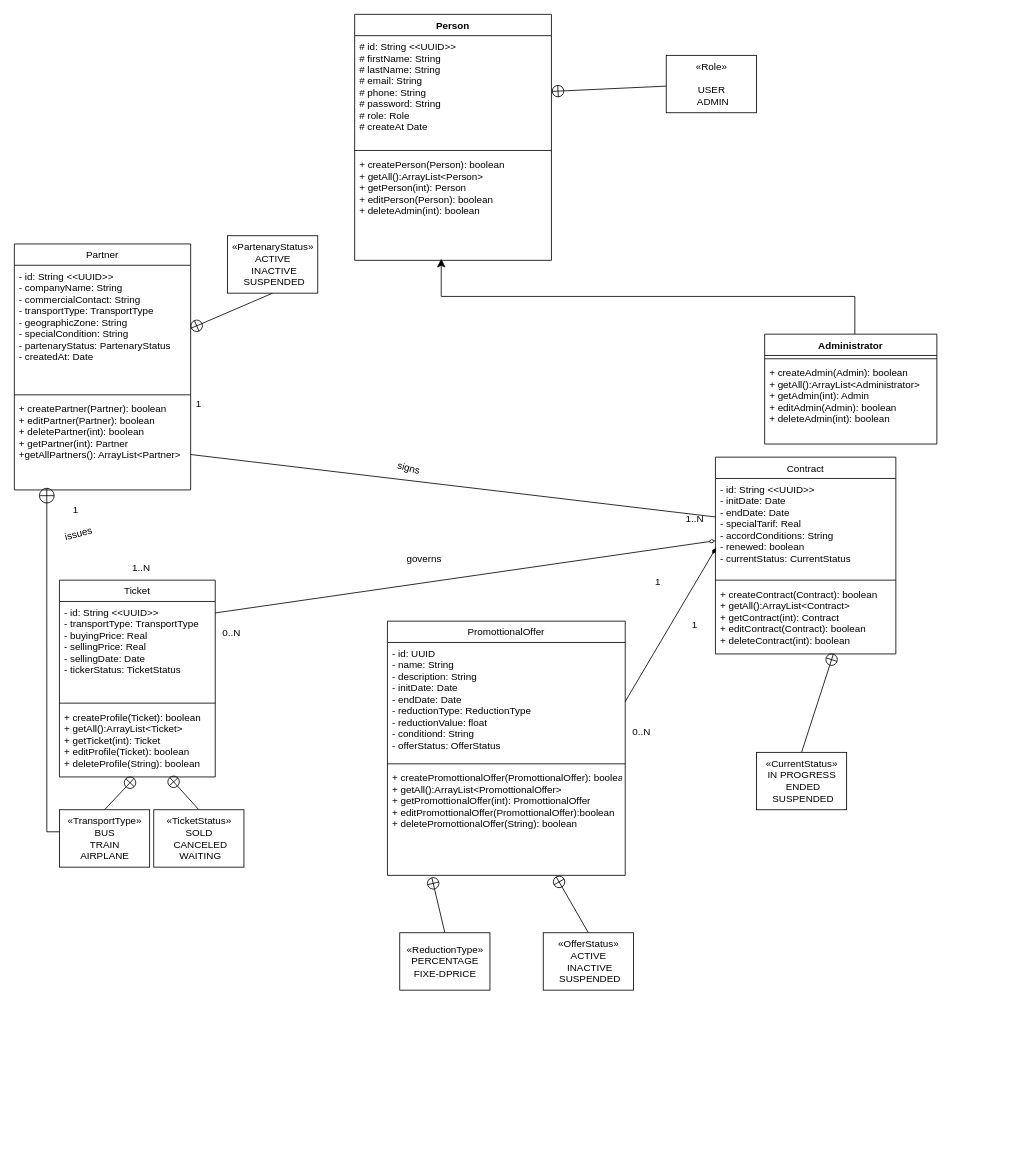
The draw.io diagram UML/Class.dio in LoussalMohammed/TransportTicket_LoussalMohammed, before the edit. Source tidied: cells renumbered, new cells numbered last; positions are measured from the earlier drawing's top-left corner, leaving out a move shared by most shapes. Both pictures are drawn from the tidied source at 82%, with x=0, y=0 at pixel (14, 14).
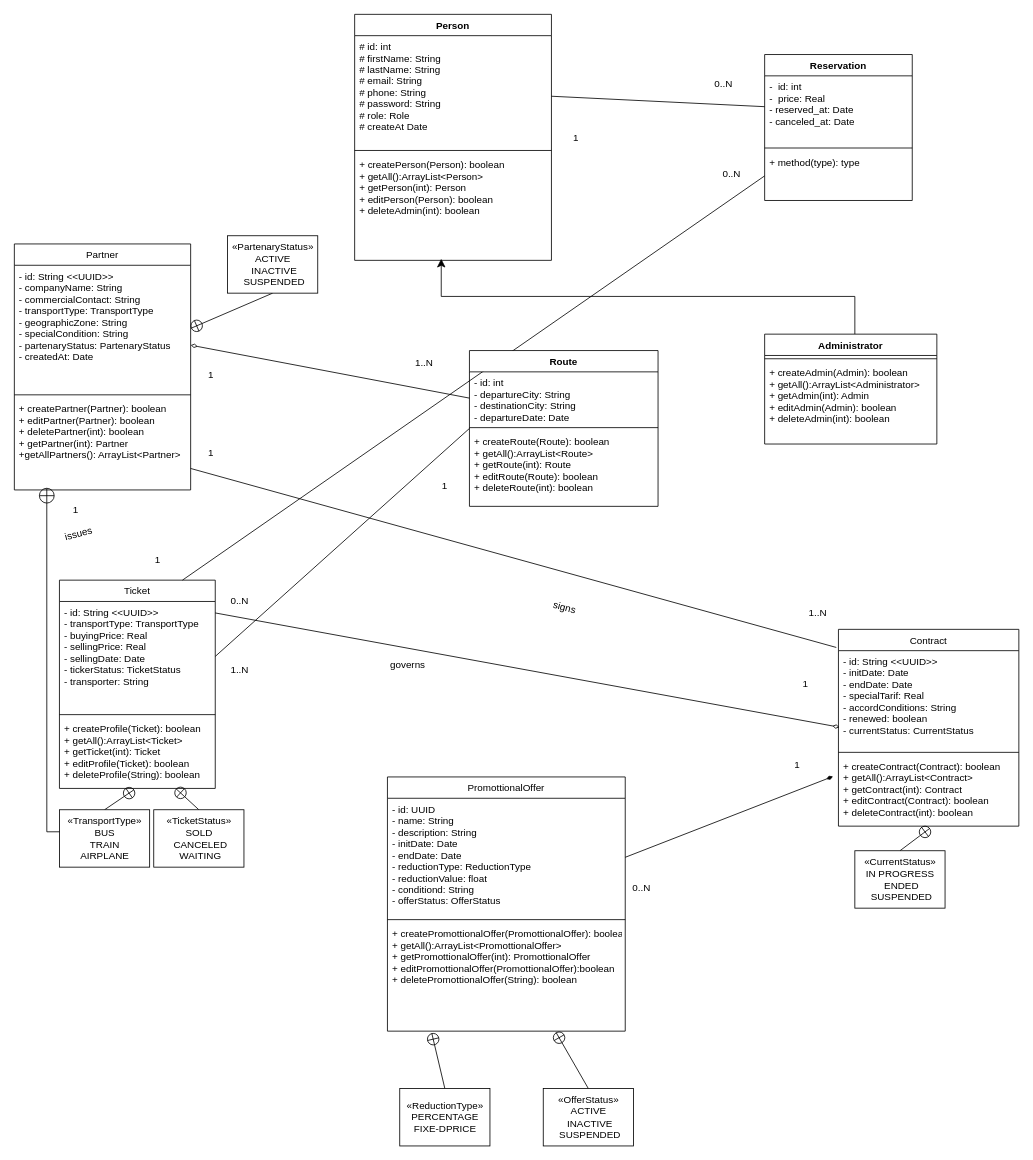
After the change.

Commit message (it also covers changes not shown here):
add transporter attribute to ticket

The change refers to these unchanged cells:
```xml
<mxCell id="3" value="- id: String &lt;&lt;UUID&gt;&gt;&#10;- companyName: String&#10;- commercialContact: String&#10;- transportType: TransportType&#10;- geographicZone: String&#10;- specialCondition: String&#10;- partenaryStatus: PartenaryStatus&#10;- createdAt: Date" style="text;strokeColor=none;fillColor=none;align=left;verticalAlign=top;spacingLeft=4;spacingRight=4;overflow=hidden;points=[[0,0.5],[1,0.5]];portConstraint=eastwest;" parent="2" vertex="1">
  <mxGeometry y="26" width="215" height="154" as="geometry" />
</mxCell>
<mxCell id="5" value="+ createPartner(Partner): boolean&#10;+ editPartner(Partner): boolean&#10;+ deletePartner(int): boolean&#10;+ getPartner(int): Partner&#10;+getAllPartners(): ArrayList&lt;Partner&gt;" style="text;strokeColor=none;fillColor=none;align=left;verticalAlign=top;spacingLeft=4;spacingRight=4;overflow=hidden;points=[[0,0.5],[1,0.5]];portConstraint=eastwest;" parent="2" vertex="1">
  <mxGeometry y="188" width="215" height="112" as="geometry" />
</mxCell>
<mxCell id="11" value="- id: String &lt;&lt;UUID&gt;&gt;&#10;- initDate: Date&#10;- endDate: Date&#10;- specialTarif: Real&#10;- accordConditions: String&#10;- renewed: boolean&#10;- currentStatus: CurrentStatus" style="text;strokeColor=none;fillColor=none;align=left;verticalAlign=top;spacingLeft=4;spacingRight=4;overflow=hidden;points=[[0,0.5],[1,0.5]];portConstraint=eastwest;" parent="10" vertex="1">
  <mxGeometry y="26" width="220" height="120" as="geometry" />
</mxCell>
<mxCell id="13" value="+ createContract(Contract): boolean&#10;+ getAll():ArrayList&lt;Contract&gt;&#10;+ getContract(int): Contract&#10;+ editContract(Contract): boolean&#10;+ deleteContract(int): boolean&#10;" style="text;strokeColor=none;fillColor=none;align=left;verticalAlign=top;spacingLeft=4;spacingRight=4;overflow=hidden;points=[[0,0.5],[1,0.5]];portConstraint=eastwest;" parent="10" vertex="1">
  <mxGeometry y="154" width="220" height="86" as="geometry" />
</mxCell>
<mxCell id="15" value="- id: UUID&#10;- name: String&#10;- description: String&#10;- initDate: Date&#10;- endDate: Date&#10;- reductionType: ReductionType&#10;- reductionValue: float&#10;- conditiond: String&#10;- offerStatus: OfferStatus" style="text;strokeColor=none;fillColor=none;align=left;verticalAlign=top;spacingLeft=4;spacingRight=4;overflow=hidden;points=[[0,0.5],[1,0.5]];portConstraint=eastwest;" parent="14" vertex="1">
  <mxGeometry y="26" width="290" height="144" as="geometry" />
</mxCell>
<mxCell id="48" value="Person" style="swimlane;fontStyle=1;align=center;verticalAlign=top;horizontal=1;startSize=26;" parent="1" vertex="1">
  <mxGeometry x="415" width="240" height="300" as="geometry" />
</mxCell>
```

Diff of the diagram source:
```diff
@@
     <mxCell id="6" value="Ticket" style="swimlane;fontStyle=0;align=center;verticalAlign=top;horizontal=1;startSize=26;" parent="1" vertex="1">
-      <mxGeometry x="55" y="690" width="190" height="240" as="geometry" />
+      <mxGeometry x="55" y="690" width="190" height="254" as="geometry" />
     </mxCell>
-    <mxCell id="7" value="- id: String &lt;&lt;UUID&gt;&gt;&#10;- transportType: TransportType&#10;- buyingPrice: Real&#10;- sellingPrice: Real&#10;- sellingDate: Date&#10;- tickerStatus: TicketStatus" style="text;strokeColor=none;fillColor=none;align=left;verticalAlign=top;spacingLeft=4;spacingRight=4;overflow=hidden;points=[[0,0.5],[1,0.5]];portConstraint=eastwest;" parent="6" vertex="1">
-      <mxGeometry y="26" width="190" height="120" as="geometry" />
+    <mxCell id="7" value="- id: String &lt;&lt;UUID&gt;&gt;&#10;- transportType: TransportType&#10;- buyingPrice: Real&#10;- sellingPrice: Real&#10;- sellingDate: Date&#10;- tickerStatus: TicketStatus&#10;- transporter: String" style="text;strokeColor=none;fillColor=none;align=left;verticalAlign=top;spacingLeft=4;spacingRight=4;overflow=hidden;points=[[0,0.5],[1,0.5]];portConstraint=eastwest;" parent="6" vertex="1">
+      <mxGeometry y="26" width="190" height="134" as="geometry" />
     </mxCell>
     <mxCell id="8" style="line;strokeWidth=1;fillColor=none;align=left;verticalAlign=middle;spacingTop=-1;spacingLeft=3;spacingRight=3;labelPosition=right;strokeColor=inherit;" parent="6" vertex="1">
-      <mxGeometry y="146" width="190" height="8" as="geometry" />
+      <mxGeometry y="160" width="190" height="8" as="geometry" />
     </mxCell>
     <mxCell id="9" value="+ createProfile(Ticket): boolean&#10;+ getAll():ArrayList&lt;Ticket&gt;&#10;+ getTicket(int): Ticket&#10;+ editProfile(Ticket): boolean&#10;+ deleteProfile(String): boolean&#10;" style="text;strokeColor=none;fillColor=none;align=left;verticalAlign=top;spacingLeft=4;spacingRight=4;overflow=hidden;points=[[0,0.5],[1,0.5]];portConstraint=eastwest;" parent="6" vertex="1">
-      <mxGeometry y="154" width="190" height="86" as="geometry" />
+      <mxGeometry y="168" width="190" height="86" as="geometry" />
     </mxCell>
     <mxCell id="10" value="Contract" style="swimlane;fontStyle=0;align=center;verticalAlign=top;horizontal=1;startSize=26;" parent="1" vertex="1">
-      <mxGeometry x="855" y="540" width="220" height="240" as="geometry" />
+      <mxGeometry x="1005" y="750" width="220" height="240" as="geometry" />
     </mxCell>
@@
     <mxCell id="14" value="PromottionalOffer" style="swimlane;fontStyle=0;align=center;verticalAlign=top;horizontal=1;startSize=26;" parent="1" vertex="1">
-      <mxGeometry x="455" y="740" width="290" height="310" as="geometry" />
+      <mxGeometry x="455" y="930" width="290" height="310" as="geometry" />
     </mxCell>
@@
-    <mxCell id="18" style="edgeStyle=none;html=1;entryX=0.003;entryY=0.706;entryDx=0;entryDy=0;entryPerimeter=0;startArrow=none;startFill=0;endArrow=diamondThin;endFill=1;exitX=1;exitY=0.5;exitDx=0;exitDy=0;" parent="1" edge="1" source="15" target="11">
+    <mxCell id="18" style="edgeStyle=none;html=1;entryX=-0.03;entryY=0.295;entryDx=0;entryDy=0;entryPerimeter=0;startArrow=none;startFill=0;endArrow=diamondThin;endFill=1;exitX=1;exitY=0.5;exitDx=0;exitDy=0;" parent="1" edge="1" source="15" target="13">
       <mxGeometry relative="1" as="geometry" />
     </mxCell>
@@
     <mxCell id="24" value="«ReductionType»&lt;br&gt;PERCENTAGE&lt;br&gt;&lt;div style=&quot;text-align: center;&quot;&gt;&lt;span style=&quot;text-align: start; background-color: initial;&quot;&gt;FIXE-DPRICE&lt;/span&gt;&lt;/div&gt;" style="html=1;" parent="1" vertex="1">
-      <mxGeometry x="470" y="1120" width="110" height="70" as="geometry" />
+      <mxGeometry x="470" y="1310" width="110" height="70" as="geometry" />
     </mxCell>
@@
     <mxCell id="26" value="«OfferStatus»&lt;br&gt;ACTIVE&lt;br&gt;&amp;nbsp;INACTIVE&lt;br&gt;&amp;nbsp;SUSPENDED" style="html=1;" parent="1" vertex="1">
-      <mxGeometry x="645" y="1120" width="110" height="70" as="geometry" />
+      <mxGeometry x="645" y="1310" width="110" height="70" as="geometry" />
     </mxCell>
+    <mxCell id="55" style="edgeStyle=none;html=1;entryX=0;entryY=0.5;entryDx=0;entryDy=0;startArrow=none;startFill=0;endArrow=none;endFill=0;" parent="1" edge="1" target="64">
+      <mxGeometry relative="1" as="geometry">
+        <mxPoint x="205" y="690" as="sourcePoint" />
+      </mxGeometry>
+    </mxCell>
     <mxCell id="27" value="1..N" style="text;html=1;strokeColor=none;fillColor=none;align=center;verticalAlign=middle;whiteSpace=wrap;rounded=0;" parent="1" vertex="1">
-      <mxGeometry x="125" y="660" width="60" height="30" as="geometry" />
+      <mxGeometry x="245" y="785" width="60" height="30" as="geometry" />
     </mxCell>
@@
-    <mxCell id="29" style="edgeStyle=none;html=1;startArrow=diamondThin;startFill=0;endArrow=none;endFill=0;" parent="1" edge="1" source="11">
+    <mxCell id="29" style="edgeStyle=none;html=1;startArrow=diamondThin;startFill=0;endArrow=none;endFill=0;exitX=0.006;exitY=0.778;exitDx=0;exitDy=0;exitPerimeter=0;" parent="1" edge="1" source="11">
       <mxGeometry relative="1" as="geometry">
         <mxPoint x="245" y="730" as="targetPoint" />
       </mxGeometry>
     </mxCell>
-    <mxCell id="30" style="edgeStyle=none;html=1;startArrow=none;startFill=0;endArrow=circlePlus;endFill=0;entryX=0.655;entryY=0.992;entryDx=0;entryDy=0;entryPerimeter=0;exitX=0.5;exitY=0;exitDx=0;exitDy=0;" parent="1" edge="1" source="31" target="13">
+    <mxCell id="30" style="edgeStyle=none;html=1;startArrow=none;startFill=0;endArrow=circlePlus;endFill=0;entryX=0.509;entryY=1.026;entryDx=0;entryDy=0;entryPerimeter=0;exitX=0.5;exitY=0;exitDx=0;exitDy=0;" parent="1" edge="1" source="31" target="13">
       <mxGeometry relative="1" as="geometry" />
     </mxCell>
     <mxCell id="31" value="«CurrentStatus»&lt;br&gt;IN PROGRESS&lt;br&gt;&amp;nbsp;ENDED&lt;br&gt;&amp;nbsp;SUSPENDED" style="html=1;" parent="1" vertex="1">
-      <mxGeometry x="905" y="900" width="110" height="70" as="geometry" />
+      <mxGeometry x="1025" y="1020" width="110" height="70" as="geometry" />
     </mxCell>
@@
-    <mxCell id="33" style="edgeStyle=none;html=1;startArrow=none;startFill=0;endArrow=none;endFill=0;" parent="1" edge="1" source="5" target="11">
-      <mxGeometry relative="1" as="geometry" />
-    </mxCell>
@@
     <mxCell id="35" value="signs" style="text;whiteSpace=wrap;html=1;align=center;rotation=15;" parent="1" vertex="1">
-      <mxGeometry x="445" y="540" width="70" height="40" as="geometry" />
+      <mxGeometry x="635" y="710" width="70" height="40" as="geometry" />
     </mxCell>
     <mxCell id="36" value="governs" style="text;whiteSpace=wrap;html=1;align=center;rotation=0;" parent="1" vertex="1">
-      <mxGeometry x="465" y="650" width="70" height="40" as="geometry" />
+      <mxGeometry x="445" y="780" width="70" height="40" as="geometry" />
     </mxCell>
     <mxCell id="37" value="1" style="text;html=1;strokeColor=none;fillColor=none;align=center;verticalAlign=middle;whiteSpace=wrap;rounded=0;" parent="1" vertex="1">
-      <mxGeometry x="190" y="460" width="70" height="30" as="geometry" />
+      <mxGeometry x="205" y="520" width="70" height="30" as="geometry" />
     </mxCell>
     <mxCell id="38" value="1..N" style="text;html=1;strokeColor=none;fillColor=none;align=center;verticalAlign=middle;whiteSpace=wrap;rounded=0;" parent="1" vertex="1">
-      <mxGeometry x="795" y="600" width="70" height="30" as="geometry" />
+      <mxGeometry x="945" y="715" width="70" height="30" as="geometry" />
     </mxCell>
@@
     <mxCell id="42" value="0..N" style="text;html=1;strokeColor=none;fillColor=none;align=center;verticalAlign=middle;whiteSpace=wrap;rounded=0;" parent="1" vertex="1">
-      <mxGeometry x="235" y="740" width="60" height="30" as="geometry" />
+      <mxGeometry x="245" y="700" width="60" height="30" as="geometry" />
     </mxCell>
     <mxCell id="43" value="1" style="text;html=1;strokeColor=none;fillColor=none;align=center;verticalAlign=middle;whiteSpace=wrap;rounded=0;" parent="1" vertex="1">
-      <mxGeometry x="755" y="678" width="60" height="30" as="geometry" />
+      <mxGeometry x="935" y="802" width="60" height="30" as="geometry" />
     </mxCell>
     <mxCell id="44" value="0..N" style="text;html=1;strokeColor=none;fillColor=none;align=center;verticalAlign=middle;whiteSpace=wrap;rounded=0;" parent="1" vertex="1">
-      <mxGeometry x="735" y="860" width="60" height="30" as="geometry" />
+      <mxGeometry x="735" y="1050" width="60" height="30" as="geometry" />
     </mxCell>
     <mxCell id="45" value="1" style="text;html=1;strokeColor=none;fillColor=none;align=center;verticalAlign=middle;whiteSpace=wrap;rounded=0;" parent="1" vertex="1">
-      <mxGeometry x="800" y="730" width="60" height="30" as="geometry" />
+      <mxGeometry x="925" y="900" width="60" height="30" as="geometry" />
     </mxCell>
-    <mxCell id="46" style="edgeStyle=none;html=1;entryX=1;entryY=0.5;entryDx=0;entryDy=0;endArrow=circlePlus;endFill=0;" parent="1" edge="1" source="47" target="49">
-      <mxGeometry relative="1" as="geometry" />
-    </mxCell>
-    <mxCell id="47" value="«Role»&lt;br&gt;&lt;br&gt;USER&lt;br&gt;&amp;nbsp;ADMIN" style="html=1;" parent="1" vertex="1">
-      <mxGeometry x="795" y="50" width="110" height="70" as="geometry" />
-    </mxCell>
@@
-    <mxCell id="49" value="# id: String &lt;&lt;UUID&gt;&gt;&#10;# firstName: String&#10;# lastName: String&#10;# email: String&#10;# phone: String&#10;# password: String&#10;# role: Role&#10;# createAt Date" style="text;strokeColor=none;fillColor=none;align=left;verticalAlign=top;spacingLeft=4;spacingRight=4;overflow=hidden;points=[[0,0.5],[1,0.5]];portConstraint=eastwest;" parent="48" vertex="1">
+    <mxCell id="49" value="# id: int&#10;# firstName: String&#10;# lastName: String&#10;# email: String&#10;# phone: String&#10;# password: String&#10;# role: Role&#10;# createAt Date" style="text;strokeColor=none;fillColor=none;align=left;verticalAlign=top;spacingLeft=4;spacingRight=4;overflow=hidden;points=[[0,0.5],[1,0.5]];portConstraint=eastwest;" parent="48" vertex="1">
       <mxGeometry y="26" width="240" height="136" as="geometry" />
     </mxCell>
@@
+    <mxCell id="56" value="Route" style="swimlane;fontStyle=1;align=center;verticalAlign=top;horizontal=1;startSize=26;" parent="1" vertex="1">
+      <mxGeometry x="555" y="410" width="230" height="190" as="geometry" />
+    </mxCell>
+    <mxCell id="57" value="- id: int&#10;- departureCity: String&#10;- destinationCity: String &#10;- departureDate: Date" style="text;strokeColor=none;fillColor=none;align=left;verticalAlign=top;spacingLeft=4;spacingRight=4;overflow=hidden;points=[[0,0.5],[1,0.5]];portConstraint=eastwest;" parent="56" vertex="1">
+      <mxGeometry y="26" width="230" height="64" as="geometry" />
+    </mxCell>
+    <mxCell id="58" style="line;strokeWidth=1;fillColor=none;align=left;verticalAlign=middle;spacingTop=-1;spacingLeft=3;spacingRight=3;labelPosition=right;strokeColor=inherit;" parent="56" vertex="1">
+      <mxGeometry y="90" width="230" height="8" as="geometry" />
+    </mxCell>
+    <mxCell id="59" value="+ createRoute(Route): boolean&#10;+ getAll():ArrayList&lt;Route&gt;&#10;+ getRoute(int): Route&#10;+ editRoute(Route): boolean&#10;+ deleteRoute(int): boolean&#10;" style="text;strokeColor=none;fillColor=none;align=left;verticalAlign=top;spacingLeft=4;spacingRight=4;overflow=hidden;" parent="56" vertex="1">
+      <mxGeometry y="98" width="230" height="92" as="geometry" />
+    </mxCell>
+    <mxCell id="60" style="edgeStyle=none;html=1;exitX=1;exitY=0.5;exitDx=0;exitDy=0;endArrow=none;endFill=0;" parent="1" edge="1" source="7">
+      <mxGeometry relative="1" as="geometry">
+        <mxPoint x="555" y="505" as="targetPoint" />
+      </mxGeometry>
+    </mxCell>
+    <mxCell id="61" value="Reservation" style="swimlane;fontStyle=1;align=center;verticalAlign=top;horizontal=1;startSize=26;" parent="1" vertex="1">
+      <mxGeometry x="915" y="49" width="180" height="178" as="geometry" />
+    </mxCell>
+    <mxCell id="62" value="-  id: int&#10;-  price: Real&#10;- reserved_at: Date&#10;- canceled_at: Date&#10;" style="text;strokeColor=none;fillColor=none;align=left;verticalAlign=top;spacingLeft=4;spacingRight=4;overflow=hidden;points=[[0,0.5],[1,0.5]];portConstraint=eastwest;" parent="61" vertex="1">
+      <mxGeometry y="26" width="180" height="84" as="geometry" />
+    </mxCell>
+    <mxCell id="63" style="line;strokeWidth=1;fillColor=none;align=left;verticalAlign=middle;spacingTop=-1;spacingLeft=3;spacingRight=3;labelPosition=right;strokeColor=inherit;" parent="61" vertex="1">
+      <mxGeometry y="110" width="180" height="8" as="geometry" />
+    </mxCell>
+    <mxCell id="64" value="+ method(type): type" style="text;strokeColor=none;fillColor=none;align=left;verticalAlign=top;spacingLeft=4;spacingRight=4;overflow=hidden;points=[[0,0.5],[1,0.5]];portConstraint=eastwest;" parent="61" vertex="1">
+      <mxGeometry y="118" width="180" height="60" as="geometry" />
+    </mxCell>
+    <mxCell id="65" style="edgeStyle=none;html=1;entryX=0;entryY=0.5;entryDx=0;entryDy=0;endArrow=none;endFill=0;startArrow=diamondThin;startFill=0;" parent="1" edge="1" source="3" target="57">
+      <mxGeometry relative="1" as="geometry" />
+    </mxCell>
+    <mxCell id="66" style="edgeStyle=none;html=1;entryX=-0.012;entryY=0.092;entryDx=0;entryDy=0;entryPerimeter=0;startArrow=none;startFill=0;endArrow=none;endFill=0;" parent="1" edge="1" source="5" target="10">
+      <mxGeometry relative="1" as="geometry" />
+    </mxCell>
+    <mxCell id="67" style="edgeStyle=none;html=1;startArrow=none;startFill=0;endArrow=none;endFill=0;" parent="1" edge="1" source="49" target="62">
+      <mxGeometry relative="1" as="geometry" />
+    </mxCell>
+    <mxCell id="68" value="1" style="text;html=1;strokeColor=none;fillColor=none;align=center;verticalAlign=middle;whiteSpace=wrap;rounded=0;" parent="1" vertex="1">
+      <mxGeometry x="655" y="136" width="60" height="30" as="geometry" />
+    </mxCell>
+    <mxCell id="69" value="0..N" style="text;html=1;strokeColor=none;fillColor=none;align=center;verticalAlign=middle;whiteSpace=wrap;rounded=0;" parent="1" vertex="1">
+      <mxGeometry x="835" y="70" width="60" height="30" as="geometry" />
+    </mxCell>
+    <mxCell id="70" value="1" style="text;html=1;strokeColor=none;fillColor=none;align=center;verticalAlign=middle;whiteSpace=wrap;rounded=0;" parent="1" vertex="1">
+      <mxGeometry x="145" y="650" width="60" height="30" as="geometry" />
+    </mxCell>
+    <mxCell id="71" value="0..N" style="text;html=1;strokeColor=none;fillColor=none;align=center;verticalAlign=middle;whiteSpace=wrap;rounded=0;" parent="1" vertex="1">
+      <mxGeometry x="845" y="180" width="60" height="30" as="geometry" />
+    </mxCell>
+    <mxCell id="72" value="1" style="text;html=1;strokeColor=none;fillColor=none;align=center;verticalAlign=middle;whiteSpace=wrap;rounded=0;" parent="1" vertex="1">
+      <mxGeometry x="495" y="560" width="60" height="30" as="geometry" />
+    </mxCell>
+    <mxCell id="73" value="1" style="text;html=1;strokeColor=none;fillColor=none;align=center;verticalAlign=middle;whiteSpace=wrap;rounded=0;" parent="1" vertex="1">
+      <mxGeometry x="210" y="425" width="60" height="30" as="geometry" />
+    </mxCell>
+    <mxCell id="74" value="1..N" style="text;html=1;strokeColor=none;fillColor=none;align=center;verticalAlign=middle;whiteSpace=wrap;rounded=0;" parent="1" vertex="1">
+      <mxGeometry x="470" y="410" width="60" height="30" as="geometry" />
+    </mxCell>
```
